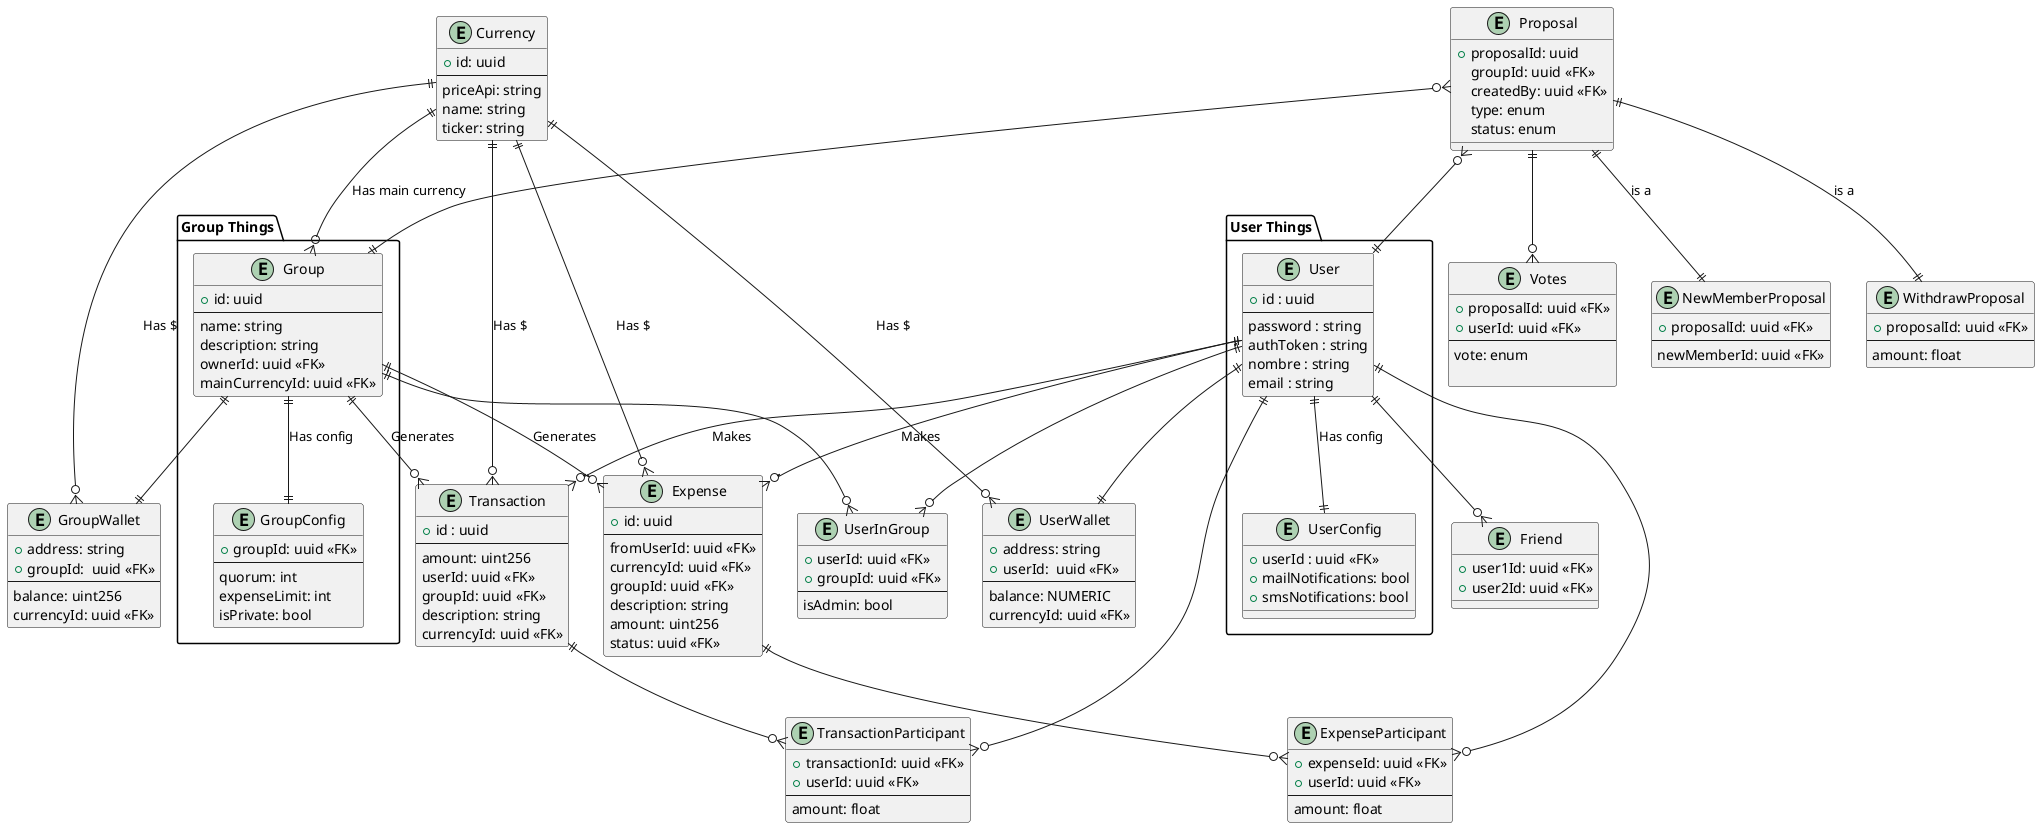
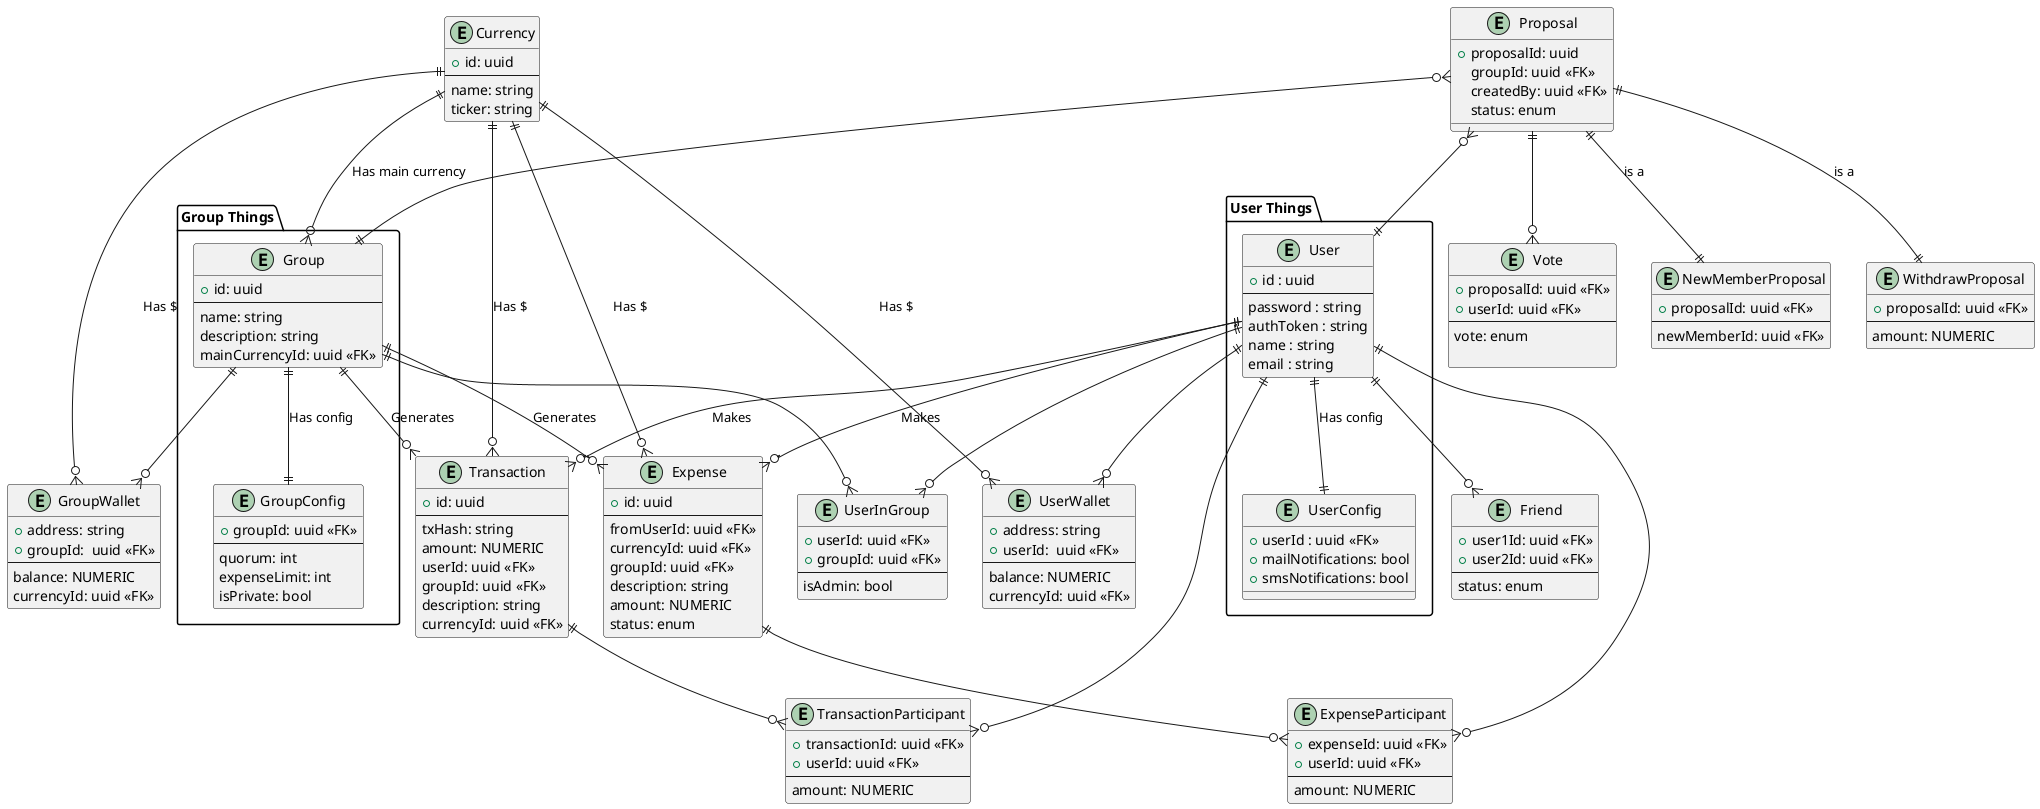
@startuml entity-relationship


package "User Things" {
    entity "User" {
      +id : uuid
      --
      password : string
      authToken : string
-       nombre : string
+       name : string
      email : string
    }

    entity "UserConfig" {
        +userId : uuid <<FK>>
        +mailNotifications: bool
        +smsNotifications: bool
    }
}

package "Group Things"{
    entity "Group" {
    +id: uuid
    ---
    name: string
    description: string
-     ownerId: uuid <<FK>>
    mainCurrencyId: uuid <<FK>>
    }
    entity "GroupConfig"{
        +groupId: uuid <<FK>>
        ---
        quorum: int
        expenseLimit: int
        isPrivate: bool
    }
}

entity "Friend"{
    +user1Id: uuid <<FK>>
    +user2Id: uuid <<FK>>
+     ---
+     status: enum
}


entity "UserWallet"{
    +address: string
    +userId:  uuid <<FK>>
    ---
    balance: NUMERIC
    currencyId: uuid <<FK>>
}
entity "GroupWallet"{
    +address: string
    +groupId:  uuid <<FK>>
    ---
-     balance: uint256
+     balance: NUMERIC
    currencyId: uuid <<FK>>
}



entity "Transaction" {
-     +id : uuid
+     +id: uuid
    ---
-     amount: uint256
+     txHash: string
+     amount: NUMERIC
' If negative -> withdraw, else -> deposit
    userId: uuid <<FK>>
    groupId: uuid <<FK>>
    description: string
    currencyId: uuid <<FK>>
}

entity "Currency" {
    +id: uuid
    ---
-     priceApi: string
    name: string
    ticker: string
}
entity "UserInGroup"{
    +userId: uuid <<FK>>
    +groupId: uuid <<FK>>
    ---
    isAdmin: bool
}

entity "Expense" {
    +id: uuid
    ---
    fromUserId: uuid <<FK>>
    currencyId: uuid <<FK>>
    groupId: uuid <<FK>>
    description: string
-     amount: uint256
-     status: uuid <<FK>>
+     amount: NUMERIC
+     status: enum
}
entity "ExpenseParticipant"{
    +expenseId: uuid <<FK>>
    +userId: uuid <<FK>>
    --
-     amount: float
+     amount: NUMERIC
}
entity "TransactionParticipant"{
    +transactionId: uuid <<FK>>
    +userId: uuid <<FK>>
    --
-     amount: float
+     amount: NUMERIC
}
- entity "Votes"{
+ entity "Vote"{
    +proposalId: uuid <<FK>>
    +userId: uuid <<FK>>
    ---
    'REJECT, APPROVE'
    vote: enum

}
entity "Proposal"{
    +proposalId: uuid
    groupId: uuid <<FK>>
    createdBy: uuid <<FK>>
-     type: enum
    status: enum


}
'chequeos de que el que invita sea admin del grupo'
'que el nuevo miembro no sea parte del grupo'
entity "NewMemberProposal"{
    +proposalId: uuid <<FK>>
    ---
    newMemberId: uuid <<FK>>
}

entity "WithdrawProposal"{
    +proposalId: uuid <<FK>>
    ---
-     amount: float
+     amount: NUMERIC
}



User ||--|| UserConfig : Has config
User ||--o{ Expense : Makes

User ||--o{ UserInGroup
Group ||--o{ UserInGroup


Currency ||--o{ Expense: Has $
Group ||--o{ Expense : Generates
Currency ||--o{ Group : Has main currency

Currency ||--o{ UserWallet: Has $
Currency ||--o{ GroupWallet: Has $
- User ||--|| UserWallet
- Group ||--|| GroupWallet
+ User ||--o{ UserWallet
+ Group ||--o{ GroupWallet
+ 

Currency ||--o{ Transaction: Has $
Group ||--o{ Transaction : Generates
User ||--o{ Transaction : Makes

User ||--o{ Friend
Group ||--|| GroupConfig: Has config




Proposal }o--|| User
Proposal }o--|| Group

Expense ||--o{ ExpenseParticipant
User ||--o{ ExpenseParticipant
Transaction ||--o{ TransactionParticipant
User ||--o{ TransactionParticipant

- Proposal ||--o{ Votes
+ Proposal ||--o{ Vote
Proposal ||--|| WithdrawProposal: is a
Proposal ||--|| NewMemberProposal: is a


@enduml